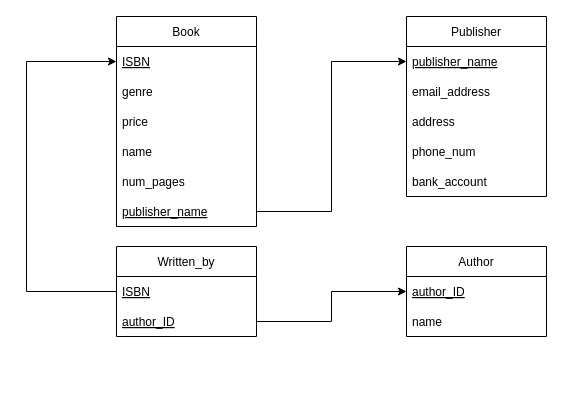
Before: BookStoreRelationSchema.drawio in Dylanhism/BookStore, a draw.io diagram. Source tidied: cells renumbered, new cells numbered last; positions are measured from the earlier drawing's top-left corner, leaving out a move shared by most shapes. Both pictures are drawn from the tidied source at 100%, with x=0, y=0 at pixel (26, 16).
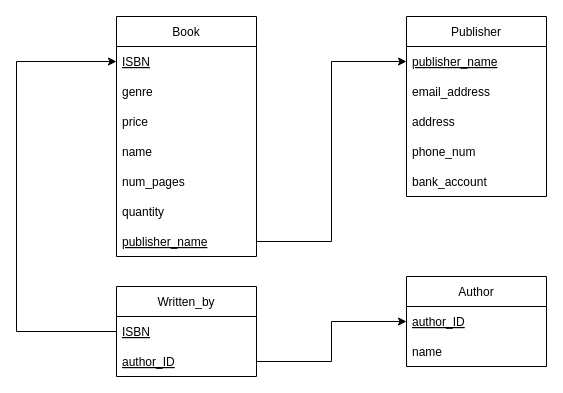
After the change.

Unchanged cells that the change refers to:
```xml
<mxCell id="6" value="ISBN" style="text;strokeColor=none;fillColor=none;align=left;verticalAlign=middle;spacingLeft=4;spacingRight=4;overflow=hidden;points=[[0,0.5],[1,0.5]];portConstraint=eastwest;fontStyle=4;" parent="5" vertex="1">
  <mxGeometry y="30" width="140" height="30" as="geometry" />
</mxCell>
<mxCell id="10" value="ISBN" style="text;strokeColor=none;fillColor=none;align=left;verticalAlign=middle;spacingLeft=4;spacingRight=4;overflow=hidden;points=[[0,0.5],[1,0.5]];portConstraint=eastwest;fontStyle=4;" parent="9" vertex="1">
  <mxGeometry y="30" width="140" height="30" as="geometry" />
</mxCell>
```

What changed in the source:
```diff
@@
     <mxCell id="2" value="Author" style="swimlane;fontStyle=0;horizontal=1;startSize=30;" parent="1" vertex="1">
-      <mxGeometry x="380" y="230" width="140" height="90" as="geometry" />
+      <mxGeometry x="380" y="260" width="140" height="90" as="geometry" />
     </mxCell>
@@
     <mxCell id="5" value="Written_by" style="swimlane;fontStyle=0;horizontal=1;startSize=30;" parent="1" vertex="1">
-      <mxGeometry x="90" y="230" width="140" height="90" as="geometry" />
+      <mxGeometry x="90" y="270" width="140" height="90" as="geometry" />
     </mxCell>
@@
     <mxCell id="9" value="Book" style="swimlane;fontStyle=0;horizontal=1;startSize=30;" parent="1" vertex="1">
-      <mxGeometry x="90" width="140" height="210" as="geometry" />
+      <mxGeometry x="90" width="140" height="240" as="geometry" />
     </mxCell>
@@
+    <mxCell id="24" value="quantity" style="text;strokeColor=none;fillColor=none;align=left;verticalAlign=middle;spacingLeft=4;spacingRight=4;overflow=hidden;fontStyle=0;" parent="9" vertex="1">
+      <mxGeometry y="180" width="140" height="30" as="geometry" />
+    </mxCell>
     <mxCell id="15" value="publisher_name" style="text;strokeColor=none;fillColor=none;align=left;verticalAlign=middle;spacingLeft=4;spacingRight=4;overflow=hidden;points=[[0,0.5],[1,0.5]];portConstraint=eastwest;fontStyle=4;" parent="9" vertex="1">
-      <mxGeometry y="180" width="140" height="30" as="geometry" />
+      <mxGeometry y="210" width="140" height="30" as="geometry" />
     </mxCell>
-    <mxCell id="16" style="edgeStyle=orthogonalEdgeStyle;rounded=0;jettySize=auto;html=1;entryX=0;entryY=0.5;entryDx=0;entryDy=0;" parent="1" edge="1" source="6" target="10">
+    <mxCell id="16" style="edgeStyle=orthogonalEdgeStyle;rounded=0;jettySize=auto;html=1;entryX=0;entryY=0.5;entryDx=0;entryDy=0;exitX=0;exitY=0.5;exitDx=0;exitDy=0;" parent="1" edge="1" source="6" target="10">
       <mxGeometry relative="1" as="geometry">
         <Array as="points">
-          <mxPoint y="275" />
-          <mxPoint y="45" />
+          <mxPoint x="-10" y="315" />
+          <mxPoint x="-10" y="45" />
         </Array>
       </mxGeometry>
     </mxCell>
```
